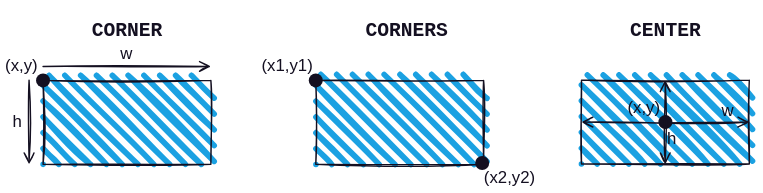
The draw.io diagram static/images/rect-lm.svg in mnnlgrnd/stic, before a commit. Source tidied: cells renumbered, new cells last; positions are measured from the earlier drawing's top-left corner, leaving out a move shared by most shapes. Its diagram source:
```xml
<mxGraphModel>
  <root>
    <mxCell id="0" />
    <mxCell id="1" parent="0" />
    <mxCell id="2" style="rounded=0;whiteSpace=wrap;html=1;strokeWidth=1;fillWeight=4;hachureGap=8;hachureAngle=45;fillColor=#1ba1e2;sketch=1;strokeColor=default;" parent="1" vertex="1">
      <mxGeometry x="30" y="50" width="120" height="60" as="geometry" />
    </mxCell>
    <mxCell id="3" value="(x,y)" style="text;html=1;strokeColor=none;fillColor=none;align=center;verticalAlign=middle;whiteSpace=wrap;rounded=0;dashed=1;dashPattern=1 1;sketch=1;" parent="1" vertex="1">
      <mxGeometry y="30" width="30" height="20" as="geometry" />
    </mxCell>
    <mxCell id="4" style="ellipse;whiteSpace=wrap;html=1;rounded=0;dashed=1;dashPattern=1 1;sketch=0;fillColor=#000000;strokeColor=none;" parent="1" vertex="1">
      <mxGeometry x="25" y="45" width="10" height="10" as="geometry" />
    </mxCell>
    <mxCell id="5" style="endArrow=open;html=1;rounded=0;sketch=1;labelBackgroundColor=none;endFill=0;" parent="1" edge="1">
      <mxGeometry y="10" relative="1" as="geometry">
        <mxPoint x="30" y="40" as="sourcePoint" />
        <mxPoint x="150" y="40" as="targetPoint" />
      </mxGeometry>
    </mxCell>
    <mxCell id="6" style="endArrow=open;html=1;rounded=0;sketch=1;labelBackgroundColor=none;endFill=0;" parent="1" edge="1">
      <mxGeometry y="-10" relative="1" as="geometry">
        <mxPoint x="20" y="49.8" as="sourcePoint" />
        <mxPoint x="20" y="110" as="targetPoint" />
      </mxGeometry>
    </mxCell>
    <mxCell id="7" value="w" style="text;html=1;strokeColor=none;fillColor=none;align=center;verticalAlign=middle;whiteSpace=wrap;rounded=0;sketch=0;" parent="1" vertex="1">
      <mxGeometry x="80" y="23" width="20" height="15" as="geometry" />
    </mxCell>
    <mxCell id="8" value="h" style="text;html=1;strokeColor=none;fillColor=none;align=center;verticalAlign=middle;whiteSpace=wrap;rounded=0;sketch=0;" parent="1" vertex="1">
      <mxGeometry x="2" y="72.5" width="20" height="15" as="geometry" />
    </mxCell>
    <mxCell id="9" style="rounded=0;whiteSpace=wrap;html=1;strokeWidth=1;fillWeight=4;hachureGap=8;hachureAngle=45;fillColor=#1ba1e2;sketch=1;strokeColor=default;" parent="1" vertex="1">
      <mxGeometry x="225" y="50" width="120" height="60" as="geometry" />
    </mxCell>
    <mxCell id="10" value="(x1,y1)" style="text;html=1;strokeColor=none;fillColor=none;align=center;verticalAlign=middle;whiteSpace=wrap;rounded=0;dashed=1;dashPattern=1 1;sketch=1;fontStyle=0;" parent="1" vertex="1">
      <mxGeometry x="190" y="30" width="30" height="20" as="geometry" />
    </mxCell>
    <mxCell id="11" style="ellipse;whiteSpace=wrap;html=1;rounded=0;dashed=1;dashPattern=1 1;sketch=0;fillColor=#000000;strokeColor=none;" parent="1" vertex="1">
      <mxGeometry x="220" y="45" width="10" height="10" as="geometry" />
    </mxCell>
    <mxCell id="12" style="ellipse;whiteSpace=wrap;html=1;rounded=0;dashed=1;dashPattern=1 1;sketch=0;fillColor=#000000;strokeColor=none;" parent="1" vertex="1">
      <mxGeometry x="339" y="104" width="10" height="10" as="geometry" />
    </mxCell>
    <mxCell id="13" value="(x2,y2)" style="text;html=1;strokeColor=none;fillColor=none;align=center;verticalAlign=middle;whiteSpace=wrap;rounded=0;dashed=1;dashPattern=1 1;sketch=1;" parent="1" vertex="1">
      <mxGeometry x="349" y="110" width="30" height="20" as="geometry" />
    </mxCell>
    <mxCell id="14" style="rounded=0;whiteSpace=wrap;html=1;strokeWidth=1;fillWeight=4;hachureGap=8;hachureAngle=45;fillColor=#1ba1e2;sketch=1;strokeColor=default;gradientColor=none;fillStyle=hachure;" parent="1" vertex="1">
      <mxGeometry x="415" y="49.8" width="120" height="60" as="geometry" />
    </mxCell>
    <mxCell id="15" value="(x,y)" style="text;html=1;strokeColor=none;fillColor=none;align=center;verticalAlign=middle;whiteSpace=wrap;rounded=0;dashed=1;dashPattern=1 1;sketch=1;" parent="1" vertex="1">
      <mxGeometry x="445" y="59.8" width="30" height="20" as="geometry" />
    </mxCell>
    <mxCell id="16" style="ellipse;whiteSpace=wrap;html=1;rounded=0;dashed=1;dashPattern=1 1;sketch=0;fillColor=#000000;strokeColor=none;" parent="1" vertex="1">
      <mxGeometry x="470" y="74.8" width="10" height="10" as="geometry" />
    </mxCell>
    <mxCell id="17" style="endArrow=open;html=1;rounded=0;sketch=1;labelBackgroundColor=none;startArrow=open;startFill=0;endFill=0;" parent="1" edge="1">
      <mxGeometry x="0.67" y="10" relative="1" as="geometry">
        <mxPoint x="415" y="79.8" as="sourcePoint" />
        <mxPoint x="535" y="79.8" as="targetPoint" />
      </mxGeometry>
    </mxCell>
    <mxCell id="18" style="endArrow=open;html=1;rounded=0;sketch=1;labelBackgroundColor=none;endFill=0;startArrow=open;startFill=0;" parent="1" edge="1">
      <mxGeometry x="0.66" y="10" relative="1" as="geometry">
        <mxPoint x="474.9" y="49.8" as="sourcePoint" />
        <mxPoint x="474.9" y="110" as="targetPoint" />
      </mxGeometry>
    </mxCell>
    <mxCell id="19" value="w" style="text;html=1;strokeColor=none;fillColor=none;align=center;verticalAlign=middle;whiteSpace=wrap;rounded=0;sketch=0;" parent="1" vertex="1">
      <mxGeometry x="510" y="64.8" width="20" height="15" as="geometry" />
    </mxCell>
    <mxCell id="20" value="h" style="text;html=1;strokeColor=none;fillColor=none;align=center;verticalAlign=middle;whiteSpace=wrap;rounded=0;sketch=0;" parent="1" vertex="1">
      <mxGeometry x="470" y="84.8" width="20" height="15" as="geometry" />
    </mxCell>
    <mxCell id="21" value="&lt;h3&gt;&lt;b&gt;CORNER&lt;/b&gt;&lt;/h3&gt;" style="text;html=1;strokeColor=none;fillColor=none;align=center;verticalAlign=middle;whiteSpace=wrap;rounded=0;dashed=1;dashPattern=1 4;sketch=0;fillStyle=hachure;fontFamily=Courier New;" parent="1" vertex="1">
      <mxGeometry x="37.5" width="105" height="30" as="geometry" />
    </mxCell>
    <mxCell id="22" value="&lt;h3&gt;&lt;b&gt;CORNERS&lt;/b&gt;&lt;/h3&gt;" style="text;html=1;strokeColor=none;fillColor=none;align=center;verticalAlign=middle;whiteSpace=wrap;rounded=0;dashed=1;dashPattern=1 4;sketch=0;fillStyle=hachure;fontFamily=Courier New;" parent="1" vertex="1">
      <mxGeometry x="237.5" width="105" height="30" as="geometry" />
    </mxCell>
    <mxCell id="23" value="&lt;h3&gt;&lt;b&gt;CENTER&lt;/b&gt;&lt;/h3&gt;" style="text;html=1;strokeColor=none;fillColor=none;align=center;verticalAlign=middle;whiteSpace=wrap;rounded=0;dashed=1;dashPattern=1 4;sketch=0;fillStyle=hachure;fontFamily=Courier New;" parent="1" vertex="1">
      <mxGeometry x="422.5" width="105" height="30" as="geometry" />
    </mxCell>
  </root>
</mxGraphModel>
```
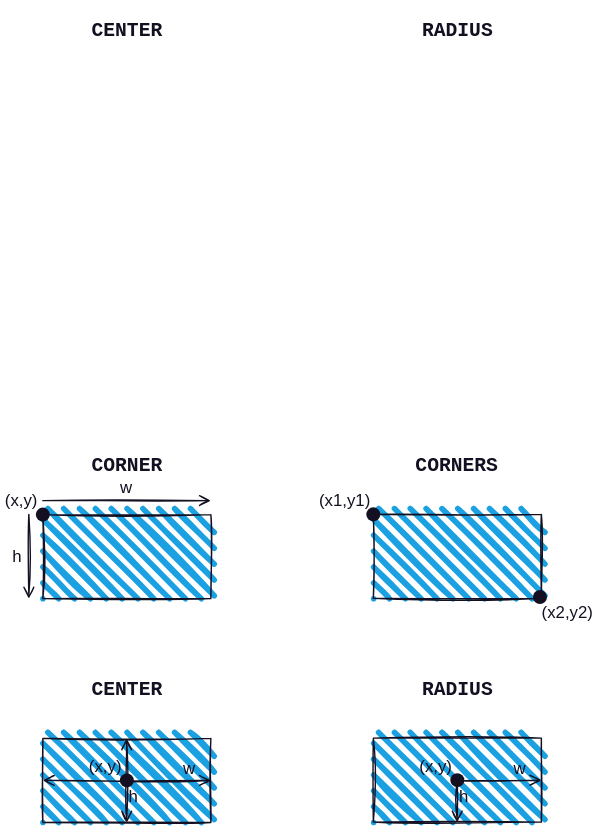
Later version of the same file.

Commit message:
vault backup: 2022-07-01 19:56:43

Change to the diagram source:
```diff
@@ -3,82 +3,118 @@
     <mxCell id="0" />
     <mxCell id="1" parent="0" />
     <mxCell id="2" style="rounded=0;whiteSpace=wrap;html=1;strokeWidth=1;fillWeight=4;hachureGap=8;hachureAngle=45;fillColor=#1ba1e2;sketch=1;strokeColor=default;" parent="1" vertex="1">
-      <mxGeometry x="30" y="50" width="120" height="60" as="geometry" />
+      <mxGeometry x="10" y="-5" width="120" height="60" as="geometry" />
     </mxCell>
     <mxCell id="3" value="(x,y)" style="text;html=1;strokeColor=none;fillColor=none;align=center;verticalAlign=middle;whiteSpace=wrap;rounded=0;dashed=1;dashPattern=1 1;sketch=1;" parent="1" vertex="1">
-      <mxGeometry y="30" width="30" height="20" as="geometry" />
+      <mxGeometry x="-20" y="-25" width="30" height="20" as="geometry" />
     </mxCell>
     <mxCell id="4" style="ellipse;whiteSpace=wrap;html=1;rounded=0;dashed=1;dashPattern=1 1;sketch=0;fillColor=#000000;strokeColor=none;" parent="1" vertex="1">
-      <mxGeometry x="25" y="45" width="10" height="10" as="geometry" />
+      <mxGeometry x="5" y="-10" width="10" height="10" as="geometry" />
     </mxCell>
     <mxCell id="5" style="endArrow=open;html=1;rounded=0;sketch=1;labelBackgroundColor=none;endFill=0;" parent="1" edge="1">
       <mxGeometry y="10" relative="1" as="geometry">
-        <mxPoint x="30" y="40" as="sourcePoint" />
-        <mxPoint x="150" y="40" as="targetPoint" />
+        <mxPoint x="10" y="-15" as="sourcePoint" />
+        <mxPoint x="130" y="-15" as="targetPoint" />
       </mxGeometry>
     </mxCell>
     <mxCell id="6" style="endArrow=open;html=1;rounded=0;sketch=1;labelBackgroundColor=none;endFill=0;" parent="1" edge="1">
       <mxGeometry y="-10" relative="1" as="geometry">
-        <mxPoint x="20" y="49.8" as="sourcePoint" />
-        <mxPoint x="20" y="110" as="targetPoint" />
+        <mxPoint y="-5.2" as="sourcePoint" />
+        <mxPoint y="55" as="targetPoint" />
       </mxGeometry>
     </mxCell>
     <mxCell id="7" value="w" style="text;html=1;strokeColor=none;fillColor=none;align=center;verticalAlign=middle;whiteSpace=wrap;rounded=0;sketch=0;" parent="1" vertex="1">
-      <mxGeometry x="80" y="23" width="20" height="15" as="geometry" />
+      <mxGeometry x="60" y="-32" width="20" height="15" as="geometry" />
     </mxCell>
     <mxCell id="8" value="h" style="text;html=1;strokeColor=none;fillColor=none;align=center;verticalAlign=middle;whiteSpace=wrap;rounded=0;sketch=0;" parent="1" vertex="1">
-      <mxGeometry x="2" y="72.5" width="20" height="15" as="geometry" />
+      <mxGeometry x="-18" y="17.5" width="20" height="15" as="geometry" />
     </mxCell>
     <mxCell id="9" style="rounded=0;whiteSpace=wrap;html=1;strokeWidth=1;fillWeight=4;hachureGap=8;hachureAngle=45;fillColor=#1ba1e2;sketch=1;strokeColor=default;" parent="1" vertex="1">
-      <mxGeometry x="225" y="50" width="120" height="60" as="geometry" />
+      <mxGeometry x="246" y="-5.2" width="120" height="60" as="geometry" />
     </mxCell>
     <mxCell id="10" value="(x1,y1)" style="text;html=1;strokeColor=none;fillColor=none;align=center;verticalAlign=middle;whiteSpace=wrap;rounded=0;dashed=1;dashPattern=1 1;sketch=1;fontStyle=0;" parent="1" vertex="1">
-      <mxGeometry x="190" y="30" width="30" height="20" as="geometry" />
+      <mxGeometry x="211" y="-25.2" width="30" height="20" as="geometry" />
     </mxCell>
     <mxCell id="11" style="ellipse;whiteSpace=wrap;html=1;rounded=0;dashed=1;dashPattern=1 1;sketch=0;fillColor=#000000;strokeColor=none;" parent="1" vertex="1">
-      <mxGeometry x="220" y="45" width="10" height="10" as="geometry" />
+      <mxGeometry x="241" y="-10.2" width="10" height="10" as="geometry" />
     </mxCell>
     <mxCell id="12" style="ellipse;whiteSpace=wrap;html=1;rounded=0;dashed=1;dashPattern=1 1;sketch=0;fillColor=#000000;strokeColor=none;" parent="1" vertex="1">
-      <mxGeometry x="339" y="104" width="10" height="10" as="geometry" />
+      <mxGeometry x="360" y="48.8" width="10" height="10" as="geometry" />
     </mxCell>
     <mxCell id="13" value="(x2,y2)" style="text;html=1;strokeColor=none;fillColor=none;align=center;verticalAlign=middle;whiteSpace=wrap;rounded=0;dashed=1;dashPattern=1 1;sketch=1;" parent="1" vertex="1">
-      <mxGeometry x="349" y="110" width="30" height="20" as="geometry" />
+      <mxGeometry x="370" y="54.8" width="30" height="20" as="geometry" />
     </mxCell>
     <mxCell id="14" style="rounded=0;whiteSpace=wrap;html=1;strokeWidth=1;fillWeight=4;hachureGap=8;hachureAngle=45;fillColor=#1ba1e2;sketch=1;strokeColor=default;gradientColor=none;fillStyle=hachure;" parent="1" vertex="1">
-      <mxGeometry x="415" y="49.8" width="120" height="60" as="geometry" />
+      <mxGeometry x="10" y="154.8" width="120" height="60" as="geometry" />
     </mxCell>
     <mxCell id="15" value="(x,y)" style="text;html=1;strokeColor=none;fillColor=none;align=center;verticalAlign=middle;whiteSpace=wrap;rounded=0;dashed=1;dashPattern=1 1;sketch=1;" parent="1" vertex="1">
-      <mxGeometry x="445" y="59.8" width="30" height="20" as="geometry" />
+      <mxGeometry x="40" y="164.8" width="30" height="20" as="geometry" />
     </mxCell>
     <mxCell id="16" style="ellipse;whiteSpace=wrap;html=1;rounded=0;dashed=1;dashPattern=1 1;sketch=0;fillColor=#000000;strokeColor=none;" parent="1" vertex="1">
-      <mxGeometry x="470" y="74.8" width="10" height="10" as="geometry" />
+      <mxGeometry x="65" y="179.8" width="10" height="10" as="geometry" />
     </mxCell>
     <mxCell id="17" style="endArrow=open;html=1;rounded=0;sketch=1;labelBackgroundColor=none;startArrow=open;startFill=0;endFill=0;" parent="1" edge="1">
       <mxGeometry x="0.67" y="10" relative="1" as="geometry">
-        <mxPoint x="415" y="79.8" as="sourcePoint" />
-        <mxPoint x="535" y="79.8" as="targetPoint" />
+        <mxPoint x="10" y="184.8" as="sourcePoint" />
+        <mxPoint x="130" y="184.8" as="targetPoint" />
       </mxGeometry>
     </mxCell>
     <mxCell id="18" style="endArrow=open;html=1;rounded=0;sketch=1;labelBackgroundColor=none;endFill=0;startArrow=open;startFill=0;" parent="1" edge="1">
       <mxGeometry x="0.66" y="10" relative="1" as="geometry">
-        <mxPoint x="474.9" y="49.8" as="sourcePoint" />
-        <mxPoint x="474.9" y="110" as="targetPoint" />
+        <mxPoint x="69.9" y="154.8" as="sourcePoint" />
+        <mxPoint x="69.9" y="215" as="targetPoint" />
       </mxGeometry>
     </mxCell>
     <mxCell id="19" value="w" style="text;html=1;strokeColor=none;fillColor=none;align=center;verticalAlign=middle;whiteSpace=wrap;rounded=0;sketch=0;" parent="1" vertex="1">
-      <mxGeometry x="510" y="64.8" width="20" height="15" as="geometry" />
+      <mxGeometry x="105" y="169.8" width="20" height="15" as="geometry" />
     </mxCell>
     <mxCell id="20" value="h" style="text;html=1;strokeColor=none;fillColor=none;align=center;verticalAlign=middle;whiteSpace=wrap;rounded=0;sketch=0;" parent="1" vertex="1">
-      <mxGeometry x="470" y="84.8" width="20" height="15" as="geometry" />
+      <mxGeometry x="65" y="189.8" width="20" height="15" as="geometry" />
     </mxCell>
     <mxCell id="21" value="&lt;h3&gt;&lt;b&gt;CORNER&lt;/b&gt;&lt;/h3&gt;" style="text;html=1;strokeColor=none;fillColor=none;align=center;verticalAlign=middle;whiteSpace=wrap;rounded=0;dashed=1;dashPattern=1 4;sketch=0;fillStyle=hachure;fontFamily=Courier New;" parent="1" vertex="1">
-      <mxGeometry x="37.5" width="105" height="30" as="geometry" />
+      <mxGeometry x="17.5" y="-55" width="105" height="30" as="geometry" />
     </mxCell>
     <mxCell id="22" value="&lt;h3&gt;&lt;b&gt;CORNERS&lt;/b&gt;&lt;/h3&gt;" style="text;html=1;strokeColor=none;fillColor=none;align=center;verticalAlign=middle;whiteSpace=wrap;rounded=0;dashed=1;dashPattern=1 4;sketch=0;fillStyle=hachure;fontFamily=Courier New;" parent="1" vertex="1">
-      <mxGeometry x="237.5" width="105" height="30" as="geometry" />
+      <mxGeometry x="249" y="-55" width="114" height="30" as="geometry" />
     </mxCell>
     <mxCell id="23" value="&lt;h3&gt;&lt;b&gt;CENTER&lt;/b&gt;&lt;/h3&gt;" style="text;html=1;strokeColor=none;fillColor=none;align=center;verticalAlign=middle;whiteSpace=wrap;rounded=0;dashed=1;dashPattern=1 4;sketch=0;fillStyle=hachure;fontFamily=Courier New;" parent="1" vertex="1">
-      <mxGeometry x="422.5" width="105" height="30" as="geometry" />
+      <mxGeometry x="17.5" y="105" width="105" height="30" as="geometry" />
     </mxCell>
+    <mxCell id="24" value="&lt;h3&gt;&lt;b&gt;CENTER&lt;/b&gt;&lt;/h3&gt;" style="text;html=1;strokeColor=none;fillColor=none;align=center;verticalAlign=middle;whiteSpace=wrap;rounded=0;dashed=1;dashPattern=1 4;sketch=0;fillStyle=hachure;fontFamily=Courier New;" parent="1" vertex="1">
+      <mxGeometry x="17.5" y="-365" width="105" height="30" as="geometry" />
+    </mxCell>
+    <mxCell id="25" value="&lt;h3&gt;&lt;b&gt;RADIUS&lt;/b&gt;&lt;/h3&gt;" style="text;html=1;strokeColor=none;fillColor=none;align=center;verticalAlign=middle;whiteSpace=wrap;rounded=0;dashed=1;dashPattern=1 4;sketch=0;fillStyle=hachure;fontFamily=Courier New;" parent="1" vertex="1">
+      <mxGeometry x="253.5" y="-365" width="105" height="30" as="geometry" />
+    </mxCell>
+    <mxCell id="26" style="rounded=0;whiteSpace=wrap;html=1;strokeWidth=1;fillWeight=4;hachureGap=8;hachureAngle=45;fillColor=#1ba1e2;sketch=1;strokeColor=default;gradientColor=none;fillStyle=hachure;" parent="1" vertex="1">
+      <mxGeometry x="246" y="154.6" width="120" height="60" as="geometry" />
+    </mxCell>
+    <mxCell id="27" value="(x,y)" style="text;html=1;strokeColor=none;fillColor=none;align=center;verticalAlign=middle;whiteSpace=wrap;rounded=0;dashed=1;dashPattern=1 1;sketch=1;" parent="1" vertex="1">
+      <mxGeometry x="276" y="164.6" width="30" height="20" as="geometry" />
+    </mxCell>
+    <mxCell id="28" style="ellipse;whiteSpace=wrap;html=1;rounded=0;dashed=1;dashPattern=1 1;sketch=0;fillColor=#000000;strokeColor=none;" parent="1" vertex="1">
+      <mxGeometry x="301" y="179.6" width="10" height="10" as="geometry" />
+    </mxCell>
+    <mxCell id="29" style="endArrow=open;html=1;rounded=0;sketch=1;labelBackgroundColor=none;startArrow=none;startFill=0;endFill=0;" parent="1" edge="1">
+      <mxGeometry x="0.67" y="10" relative="1" as="geometry">
+        <mxPoint x="310" y="185" as="sourcePoint" />
+        <mxPoint x="366" y="184.6" as="targetPoint" />
+      </mxGeometry>
+    </mxCell>
+    <mxCell id="30" style="endArrow=open;html=1;rounded=0;sketch=1;labelBackgroundColor=none;endFill=0;startArrow=none;startFill=0;" parent="1" edge="1">
+      <mxGeometry x="0.66" y="10" relative="1" as="geometry">
+        <mxPoint x="306" y="185" as="sourcePoint" />
+        <mxPoint x="305.9" y="214.8" as="targetPoint" />
+      </mxGeometry>
+    </mxCell>
+    <mxCell id="31" value="w" style="text;html=1;strokeColor=none;fillColor=none;align=center;verticalAlign=middle;whiteSpace=wrap;rounded=0;sketch=0;" parent="1" vertex="1">
+      <mxGeometry x="341" y="169.6" width="20" height="15" as="geometry" />
+    </mxCell>
+    <mxCell id="32" value="h" style="text;html=1;strokeColor=none;fillColor=none;align=center;verticalAlign=middle;whiteSpace=wrap;rounded=0;sketch=0;" parent="1" vertex="1">
+      <mxGeometry x="301" y="189.6" width="20" height="15" as="geometry" />
+    </mxCell>
+    <mxCell id="33" value="&lt;h3&gt;&lt;b&gt;RADIUS&lt;/b&gt;&lt;/h3&gt;" style="text;html=1;strokeColor=none;fillColor=none;align=center;verticalAlign=middle;whiteSpace=wrap;rounded=0;dashed=1;dashPattern=1 4;sketch=0;fillStyle=hachure;fontFamily=Courier New;" parent="1" vertex="1">
+      <mxGeometry x="253.5" y="104.8" width="105" height="30" as="geometry" />
+    </mxCell>
   </root>
 </mxGraphModel>
```
